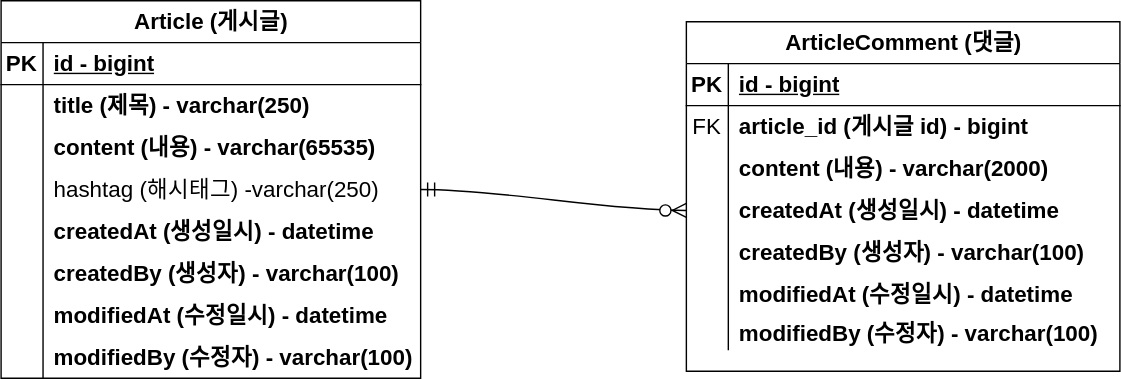
Above: docs/project-board-erd.svg in sapiens2000/spring-board (draw.io), before the change. Source tidied: cells renumbered, new cells last; positions are measured from the earlier drawing's top-left corner, leaving out a move shared by most shapes.
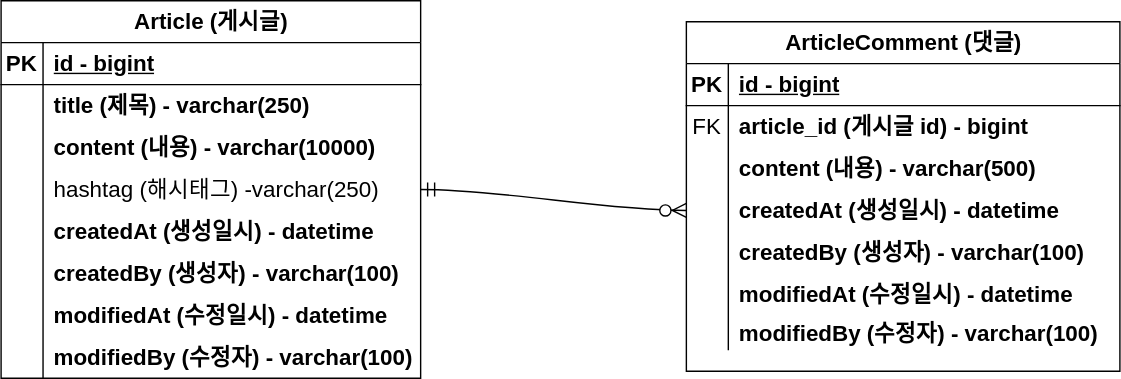
The same file after the commit.

Commit message:
#10- erd 업데이트: content 사이즈 변경

Change to the diagram source:
```diff
@@ -29,7 +29,7 @@
     <mxCell id="10" style="shape=partialRectangle;fillColor=none;top=0;left=0;bottom=0;right=0;overflow=hidden;whiteSpace=wrap;html=1;fontSize=16;" parent="9" vertex="1">
       <mxGeometry width="30" height="30" as="geometry" />
     </mxCell>
-    <mxCell id="11" value="&lt;b&gt;content (내용) - varchar(65535)&lt;/b&gt;" style="shape=partialRectangle;fillColor=none;top=0;left=0;bottom=0;right=0;align=left;spacingLeft=6;overflow=hidden;whiteSpace=wrap;html=1;fontSize=16;" parent="9" vertex="1">
+    <mxCell id="11" value="&lt;b&gt;content (내용) - varchar(10000)&lt;/b&gt;" style="shape=partialRectangle;fillColor=none;top=0;left=0;bottom=0;right=0;align=left;spacingLeft=6;overflow=hidden;whiteSpace=wrap;html=1;fontSize=16;" parent="9" vertex="1">
       <mxGeometry x="30" width="270" height="30" as="geometry" />
     </mxCell>
     <mxCell id="12" style="shape=tableRow;horizontal=0;startSize=0;swimlaneHead=0;swimlaneBody=0;fillColor=none;points=[[0,0.5],[1,0.5]];portConstraint=eastwest;top=0;left=0;right=0;bottom=0;fontSize=16;" parent="2" vertex="1">
@@ -104,7 +104,7 @@
     <mxCell id="35" style="shape=partialRectangle;fillColor=none;top=0;left=0;bottom=0;right=0;overflow=hidden;whiteSpace=wrap;html=1;fontSize=16;" parent="34" vertex="1">
       <mxGeometry width="30" height="30" as="geometry" />
     </mxCell>
-    <mxCell id="36" value="&lt;b&gt;content (내용) - varchar(2000)&lt;/b&gt;" style="shape=partialRectangle;fillColor=none;top=0;left=0;bottom=0;right=0;align=left;spacingLeft=6;overflow=hidden;whiteSpace=wrap;html=1;fontSize=16;" parent="34" vertex="1">
+    <mxCell id="36" value="&lt;b&gt;content (내용) - varchar(500)&lt;/b&gt;" style="shape=partialRectangle;fillColor=none;top=0;left=0;bottom=0;right=0;align=left;spacingLeft=6;overflow=hidden;whiteSpace=wrap;html=1;fontSize=16;" parent="34" vertex="1">
       <mxGeometry x="30" width="280" height="30" as="geometry" />
     </mxCell>
     <mxCell id="37" style="shape=tableRow;horizontal=0;startSize=0;swimlaneHead=0;swimlaneBody=0;fillColor=none;points=[[0,0.5],[1,0.5]];portConstraint=eastwest;top=0;left=0;right=0;bottom=0;fontSize=16;" parent="27" vertex="1">
```
